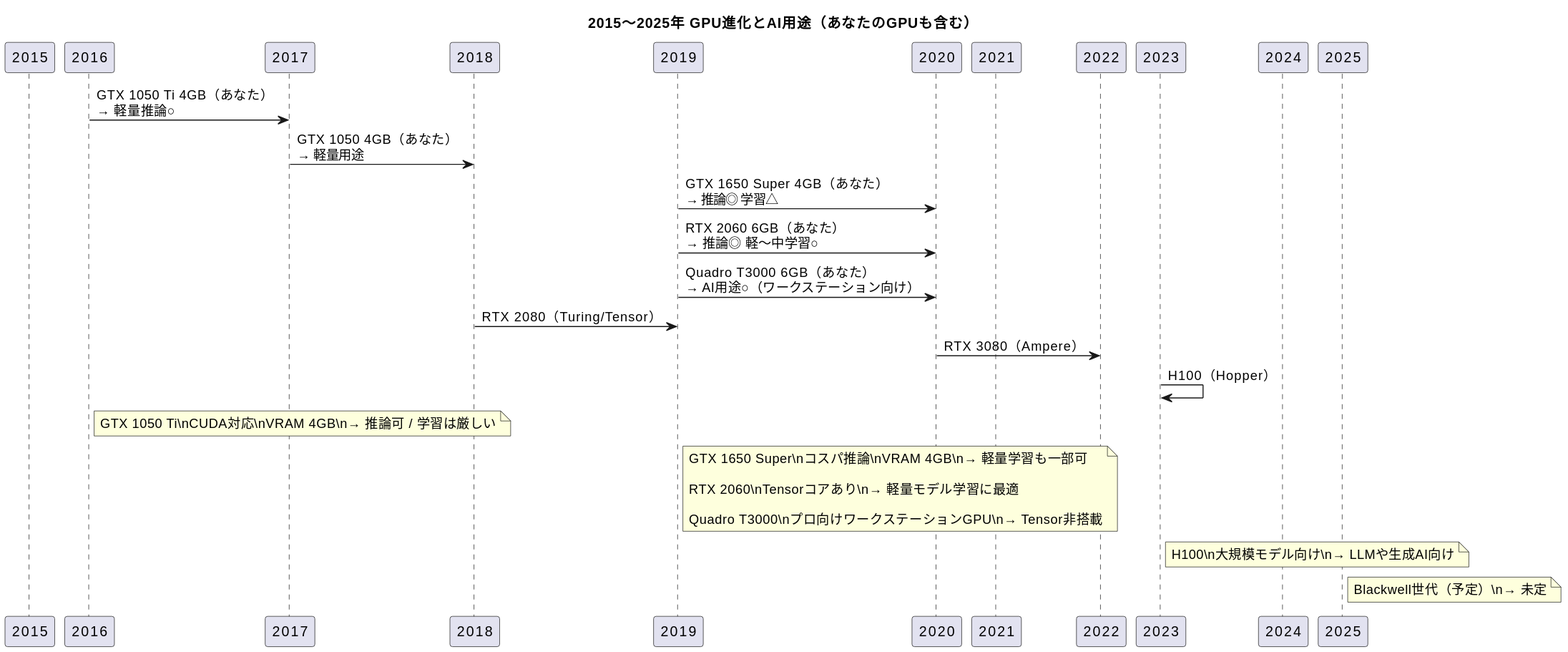
Before: out/it_gpu_spec1.svg, a diagram exported from PlantUML (coacoa/images). The source it was exported from:
```plantuml
@startuml
title 2015〜2025年 GPU進化とAI用途（あなたのGPUも含む）

participant "2015" as Y2015
participant "2016" as Y2016
participant "2017" as Y2017
participant "2018" as Y2018
participant "2019" as Y2019
participant "2020" as Y2020
participant "2021" as Y2021
participant "2022" as Y2022
participant "2023" as Y2023
participant "2024" as Y2024
participant "2025" as Y2025

Y2016 -> Y2017 : GTX 1050 Ti 4GB（あなた）\n→ 軽量推論○
Y2017 -> Y2018 : GTX 1050 4GB（あなた）\n→ 軽量用途
Y2019 -> Y2020 : GTX 1650 Super 4GB（あなた）\n→ 推論◎ 学習△
Y2019 -> Y2020 : RTX 2060 6GB（あなた）\n→ 推論◎ 軽〜中学習○
Y2019 -> Y2020 : Quadro T3000 6GB（あなた）\n→ AI用途○（ワークステーション向け）

Y2018 -> Y2019 : RTX 2080（Turing/Tensor）
Y2020 -> Y2022 : RTX 3080（Ampere）
Y2023 -> Y2023 : H100（Hopper）

note right of Y2016
GTX 1050 Ti\nCUDA対応\nVRAM 4GB\n→ 推論可 / 学習は厳しい
end note

note right of Y2019
GTX 1650 Super\nコスパ推論\nVRAM 4GB\n→ 軽量学習も一部可

RTX 2060\nTensorコアあり\n→ 軽量モデル学習に最適

Quadro T3000\nプロ向けワークステーションGPU\n→ Tensor非搭載
end note

note right of Y2023
H100\n大規模モデル向け\n→ LLMや生成AI向け
end note

note right of Y2025
Blackwell世代（予定）\n→ 未定
end note
@enduml
```
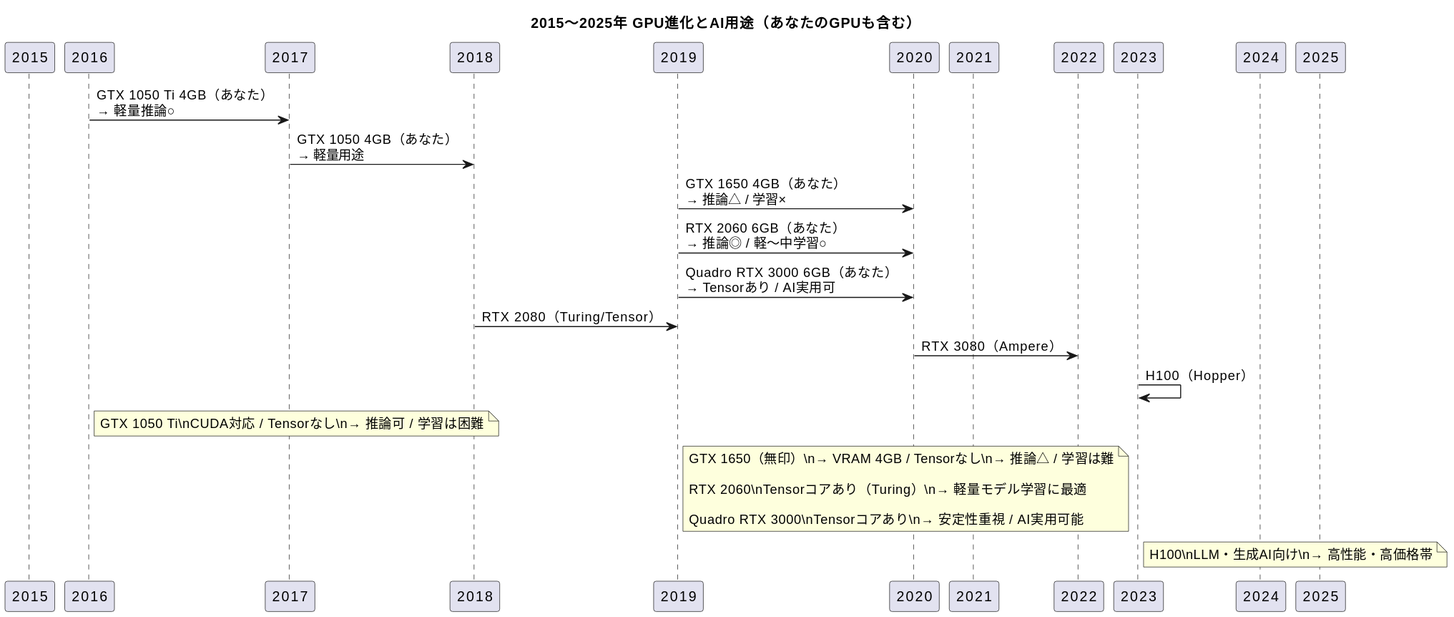
Later version of the same file.

What changed in the source:
```diff
@@ -15,31 +15,27 @@
 
 Y2016 -> Y2017 : GTX 1050 Ti 4GB（あなた）\n→ 軽量推論○
 Y2017 -> Y2018 : GTX 1050 4GB（あなた）\n→ 軽量用途
-Y2019 -> Y2020 : GTX 1650 Super 4GB（あなた）\n→ 推論◎ 学習△
-Y2019 -> Y2020 : RTX 2060 6GB（あなた）\n→ 推論◎ 軽〜中学習○
-Y2019 -> Y2020 : Quadro T3000 6GB（あなた）\n→ AI用途○（ワークステーション向け）
+Y2019 -> Y2020 : GTX 1650 4GB（あなた）\n→ 推論△ / 学習×
+Y2019 -> Y2020 : RTX 2060 6GB（あなた）\n→ 推論◎ / 軽〜中学習○
+Y2019 -> Y2020 : Quadro RTX 3000 6GB（あなた）\n→ Tensorあり / AI実用可
 
 Y2018 -> Y2019 : RTX 2080（Turing/Tensor）
 Y2020 -> Y2022 : RTX 3080（Ampere）
 Y2023 -> Y2023 : H100（Hopper）
 
 note right of Y2016
-GTX 1050 Ti\nCUDA対応\nVRAM 4GB\n→ 推論可 / 学習は厳しい
+GTX 1050 Ti\nCUDA対応 / Tensorなし\n→ 推論可 / 学習は困難
 end note
 
 note right of Y2019
-GTX 1650 Super\nコスパ推論\nVRAM 4GB\n→ 軽量学習も一部可
+GTX 1650（無印）\n→ VRAM 4GB / Tensorなし\n→ 推論△ / 学習は難
 
-RTX 2060\nTensorコアあり\n→ 軽量モデル学習に最適
+RTX 2060\nTensorコアあり（Turing）\n→ 軽量モデル学習に最適
 
-Quadro T3000\nプロ向けワークステーションGPU\n→ Tensor非搭載
+Quadro RTX 3000\nTensorコアあり\n→ 安定性重視 / AI実用可能
 end note
 
 note right of Y2023
-H100\n大規模モデル向け\n→ LLMや生成AI向け
-end note
-
-note right of Y2025
-Blackwell世代（予定）\n→ 未定
+H100\nLLM・生成AI向け\n→ 高性能・高価格帯
 end note
 @enduml
```
